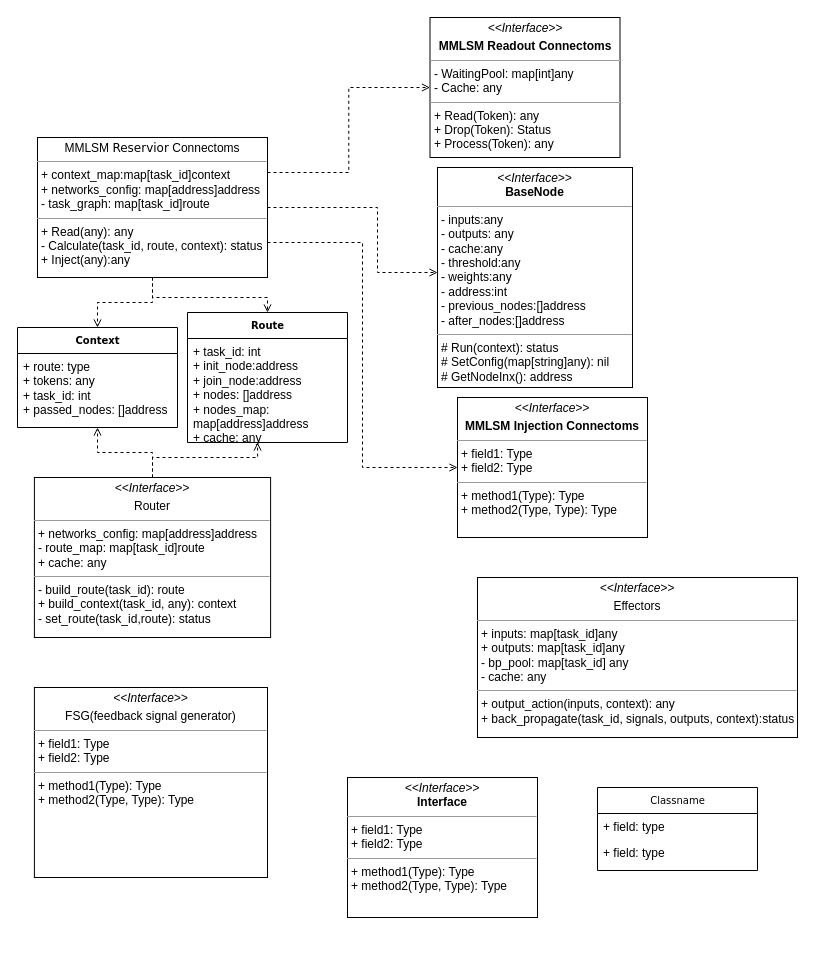
The draw.io diagram node_class.drawio in xiechuxi/Memorophila_computing, before the edit. Source tidied: cells renumbered, new cells numbered last; positions are measured from the earlier drawing's top-left corner, leaving out a move shared by most shapes. Both pictures are drawn from the tidied source at 100%, with x=0, y=0 at pixel (17, 17).
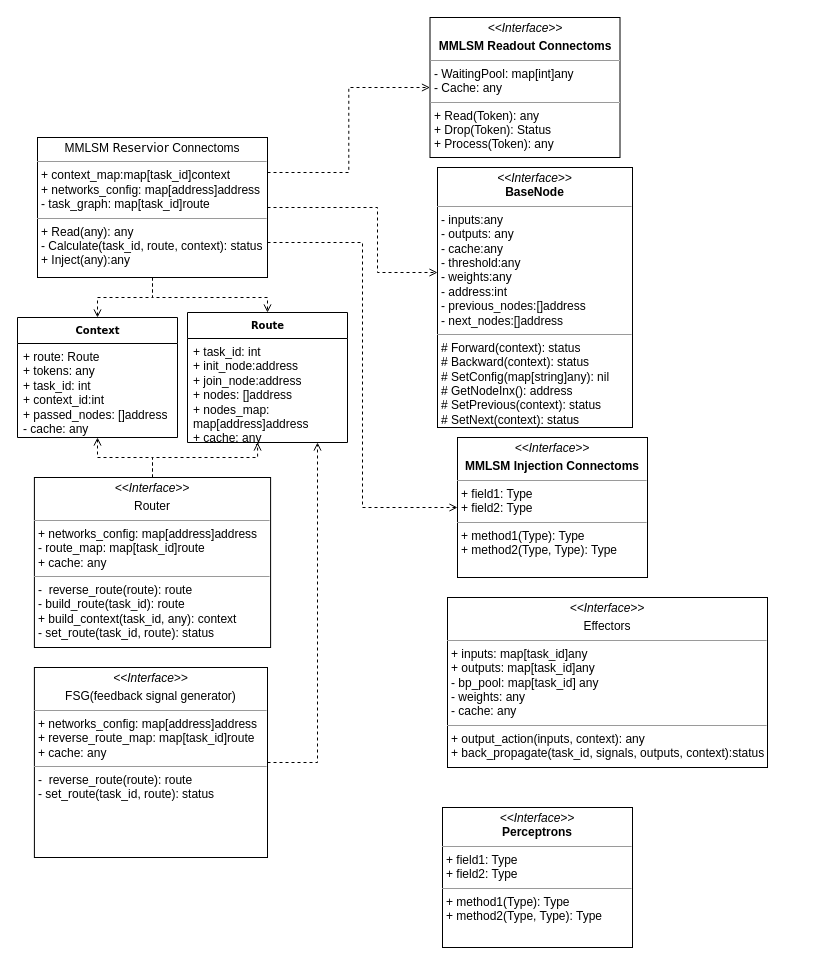
The same page after the edit.

The change refers to these unchanged cells:
```xml
<mxCell id="22" value="&lt;div&gt;+ task_id: int&lt;br&gt;&lt;/div&gt;&lt;div&gt;+ init_node:address&lt;/div&gt;&lt;div&gt;+ join_node:address&lt;/div&gt;+ nodes: []address&lt;div&gt;+ nodes_map: map[address]address&lt;/div&gt;&lt;div&gt;+ cache: any&lt;/div&gt;" style="text;html=1;strokeColor=none;fillColor=none;align=left;verticalAlign=top;spacingLeft=4;spacingRight=4;whiteSpace=wrap;overflow=hidden;points=[[0,0.5],[1,0.5]];portConstraint=eastwest;" parent="21" vertex="1">
  <mxGeometry y="26" width="160" height="104" as="geometry" />
</mxCell>
```

Diff of the diagram source:
```diff
@@
-    <mxCell id="2" value="Classname" style="swimlane;html=1;fontStyle=0;horizontal=1;startSize=26;fillColor=none;swimlaneFillColor=#ffffff;rounded=0;shadow=0;comic=0;labelBackgroundColor=none;strokeWidth=1;fontFamily=Verdana;fontSize=10;align=center;" parent="1" vertex="1">
-      <mxGeometry x="580" y="770" width="160" height="83" as="geometry" />
-    </mxCell>
-    <mxCell id="3" value="+ field: type" style="text;html=1;strokeColor=none;fillColor=none;align=left;verticalAlign=top;spacingLeft=4;spacingRight=4;whiteSpace=wrap;overflow=hidden;" parent="2" vertex="1">
-      <mxGeometry y="26" width="160" height="26" as="geometry" />
-    </mxCell>
-    <mxCell id="4" value="+ field: type" style="text;html=1;strokeColor=none;fillColor=none;align=left;verticalAlign=top;spacingLeft=4;spacingRight=4;whiteSpace=wrap;overflow=hidden;" parent="2" vertex="1">
-      <mxGeometry y="52" width="160" height="26" as="geometry" />
-    </mxCell>
-    <mxCell id="5" value="&lt;p style=&quot;margin:0px;margin-top:4px;text-align:center;&quot;&gt;&lt;i&gt;&amp;lt;&amp;lt;Interface&amp;gt;&amp;gt;&lt;/i&gt;&lt;br/&gt;&lt;b&gt;Interface&lt;/b&gt;&lt;/p&gt;&lt;hr size=&quot;1&quot;/&gt;&lt;p style=&quot;margin:0px;margin-left:4px;&quot;&gt;+ field1: Type&lt;br/&gt;+ field2: Type&lt;/p&gt;&lt;hr size=&quot;1&quot;/&gt;&lt;p style=&quot;margin:0px;margin-left:4px;&quot;&gt;+ method1(Type): Type&lt;br/&gt;+ method2(Type, Type): Type&lt;/p&gt;" style="verticalAlign=top;align=left;overflow=fill;fontSize=12;fontFamily=Helvetica;html=1;rounded=0;shadow=0;comic=0;labelBackgroundColor=none;strokeWidth=1;" parent="1" vertex="1">
-      <mxGeometry x="330" y="760" width="190" height="140" as="geometry" />
+    <mxCell id="5" value="&lt;p style=&quot;margin:0px;margin-top:4px;text-align:center;&quot;&gt;&lt;i&gt;&amp;lt;&amp;lt;Interface&amp;gt;&amp;gt;&lt;/i&gt;&lt;br&gt;&lt;b&gt;Perceptrons&lt;/b&gt;&lt;/p&gt;&lt;hr size=&quot;1&quot;&gt;&lt;p style=&quot;margin:0px;margin-left:4px;&quot;&gt;+ field1: Type&lt;br&gt;+ field2: Type&lt;/p&gt;&lt;hr size=&quot;1&quot;&gt;&lt;p style=&quot;margin:0px;margin-left:4px;&quot;&gt;+ method1(Type): Type&lt;br&gt;+ method2(Type, Type): Type&lt;/p&gt;" style="verticalAlign=top;align=left;overflow=fill;fontSize=12;fontFamily=Helvetica;html=1;rounded=0;shadow=0;comic=0;labelBackgroundColor=none;strokeWidth=1;" parent="1" vertex="1">
+      <mxGeometry x="425" y="790" width="190" height="140" as="geometry" />
     </mxCell>
-    <mxCell id="6" value="&lt;p style=&quot;margin:0px;margin-top:4px;text-align:center;&quot;&gt;&lt;i&gt;&amp;lt;&amp;lt;Interface&amp;gt;&amp;gt;&lt;/i&gt;&lt;br&gt;&lt;b&gt;BaseNode&lt;/b&gt;&lt;/p&gt;&lt;hr size=&quot;1&quot;&gt;&lt;p style=&quot;margin:0px;margin-left:4px;&quot;&gt;- inputs:any&lt;br&gt;- outputs: any&lt;/p&gt;&lt;p style=&quot;margin:0px;margin-left:4px;&quot;&gt;- cache:any&lt;/p&gt;&lt;p style=&quot;margin:0px;margin-left:4px;&quot;&gt;- threshold:any&lt;/p&gt;&lt;p style=&quot;margin:0px;margin-left:4px;&quot;&gt;- weights:any&lt;/p&gt;&lt;p style=&quot;margin:0px;margin-left:4px;&quot;&gt;- address:int&lt;/p&gt;&lt;p style=&quot;margin:0px;margin-left:4px;&quot;&gt;- previous_nodes:[]address&lt;/p&gt;&lt;p style=&quot;margin:0px;margin-left:4px;&quot;&gt;- after_nodes:[]address&lt;/p&gt;&lt;hr size=&quot;1&quot;&gt;&lt;p style=&quot;margin:0px;margin-left:4px;&quot;&gt;# Run(context): status&lt;br&gt;# SetConfig(map[string]any): nil&lt;/p&gt;&lt;p style=&quot;margin:0px;margin-left:4px;&quot;&gt;# GetNodeInx(): address&lt;/p&gt;&lt;p style=&quot;margin:0px;margin-left:4px;&quot;&gt;&lt;br&gt;&lt;/p&gt;" style="verticalAlign=top;align=left;overflow=fill;fontSize=12;fontFamily=Helvetica;html=1;rounded=0;shadow=0;comic=0;labelBackgroundColor=none;strokeWidth=1;" parent="1" vertex="1">
-      <mxGeometry x="420" y="150" width="195" height="220" as="geometry" />
+    <mxCell id="6" value="&lt;p style=&quot;margin:0px;margin-top:4px;text-align:center;&quot;&gt;&lt;i&gt;&amp;lt;&amp;lt;Interface&amp;gt;&amp;gt;&lt;/i&gt;&lt;br&gt;&lt;b&gt;BaseNode&lt;/b&gt;&lt;/p&gt;&lt;hr size=&quot;1&quot;&gt;&lt;p style=&quot;margin:0px;margin-left:4px;&quot;&gt;- inputs:any&lt;br&gt;- outputs: any&lt;/p&gt;&lt;p style=&quot;margin:0px;margin-left:4px;&quot;&gt;- cache:any&lt;/p&gt;&lt;p style=&quot;margin:0px;margin-left:4px;&quot;&gt;- threshold:any&lt;/p&gt;&lt;p style=&quot;margin:0px;margin-left:4px;&quot;&gt;- weights:any&lt;/p&gt;&lt;p style=&quot;margin:0px;margin-left:4px;&quot;&gt;- address:int&lt;/p&gt;&lt;p style=&quot;margin:0px;margin-left:4px;&quot;&gt;- previous_nodes:[]address&lt;/p&gt;&lt;p style=&quot;margin:0px;margin-left:4px;&quot;&gt;- next_nodes:[]address&lt;/p&gt;&lt;hr size=&quot;1&quot;&gt;&lt;p style=&quot;margin:0px;margin-left:4px;&quot;&gt;# Forward(context): status&lt;/p&gt;&lt;p style=&quot;margin:0px;margin-left:4px;&quot;&gt;# Backward(context): status&lt;br&gt;# SetConfig(map[string]any): nil&lt;/p&gt;&lt;p style=&quot;margin:0px;margin-left:4px;&quot;&gt;# GetNodeInx(): address&lt;/p&gt;&lt;p style=&quot;margin:0px;margin-left:4px;&quot;&gt;# SetPrevious(context): status&lt;br&gt;&lt;/p&gt;&lt;p style=&quot;margin:0px;margin-left:4px;&quot;&gt;# SetNext(context): status&lt;br&gt;&lt;/p&gt;&lt;p style=&quot;margin:0px;margin-left:4px;&quot;&gt;&lt;br&gt;&lt;/p&gt;" style="verticalAlign=top;align=left;overflow=fill;fontSize=12;fontFamily=Helvetica;html=1;rounded=0;shadow=0;comic=0;labelBackgroundColor=none;strokeWidth=1;" parent="1" vertex="1">
+      <mxGeometry x="420" y="150" width="195" height="260" as="geometry" />
     </mxCell>
@@
-    <mxCell id="8" value="&lt;p style=&quot;margin: 4px 0px 0px; text-align: center;&quot;&gt;&lt;i&gt;&amp;lt;&amp;lt;Interface&amp;gt;&amp;gt;&lt;/i&gt;&lt;br&gt;&lt;/p&gt;&lt;p style=&quot;margin: 4px 0px 0px; text-align: center;&quot;&gt;Effectors&lt;/p&gt;&lt;hr size=&quot;1&quot;&gt;&lt;p style=&quot;margin:0px;margin-left:4px;&quot;&gt;+ inputs: map[task_id]any&lt;br&gt;&lt;/p&gt;&lt;p style=&quot;margin:0px;margin-left:4px;&quot;&gt;+ outputs: map[task_id]any&lt;/p&gt;&lt;p style=&quot;margin:0px;margin-left:4px;&quot;&gt;- bp_pool: map[task_id] any&lt;/p&gt;&lt;p style=&quot;margin:0px;margin-left:4px;&quot;&gt;- cache: any&lt;br&gt;&lt;/p&gt;&lt;hr size=&quot;1&quot;&gt;&lt;p style=&quot;margin:0px;margin-left:4px;&quot;&gt;+ output_action(inputs, context): any&lt;br&gt;+ back_propagate(task_id, signals, outputs, context):status&lt;/p&gt;" style="verticalAlign=top;align=left;overflow=fill;fontSize=12;fontFamily=Helvetica;html=1;rounded=0;shadow=0;comic=0;labelBackgroundColor=none;strokeWidth=1;" parent="1" vertex="1">
-      <mxGeometry x="460" y="560" width="320" height="160" as="geometry" />
+    <mxCell id="8" value="&lt;p style=&quot;margin: 4px 0px 0px; text-align: center;&quot;&gt;&lt;i&gt;&amp;lt;&amp;lt;Interface&amp;gt;&amp;gt;&lt;/i&gt;&lt;br&gt;&lt;/p&gt;&lt;p style=&quot;margin: 4px 0px 0px; text-align: center;&quot;&gt;Effectors&lt;/p&gt;&lt;hr size=&quot;1&quot;&gt;&lt;p style=&quot;margin:0px;margin-left:4px;&quot;&gt;+ inputs: map[task_id]any&lt;br&gt;&lt;/p&gt;&lt;p style=&quot;margin:0px;margin-left:4px;&quot;&gt;+ outputs: map[task_id]any&lt;/p&gt;&lt;p style=&quot;margin:0px;margin-left:4px;&quot;&gt;- bp_pool: map[task_id] any&lt;/p&gt;&lt;p style=&quot;margin:0px;margin-left:4px;&quot;&gt;- weights: any&lt;/p&gt;&lt;p style=&quot;margin:0px;margin-left:4px;&quot;&gt;- cache: any&lt;br&gt;&lt;/p&gt;&lt;hr size=&quot;1&quot;&gt;&lt;p style=&quot;margin:0px;margin-left:4px;&quot;&gt;+ output_action(inputs, context): any&lt;br&gt;+ back_propagate(task_id, signals, outputs, context):status&lt;/p&gt;" style="verticalAlign=top;align=left;overflow=fill;fontSize=12;fontFamily=Helvetica;html=1;rounded=0;shadow=0;comic=0;labelBackgroundColor=none;strokeWidth=1;" parent="1" vertex="1">
+      <mxGeometry x="430" y="580" width="320" height="170" as="geometry" />
     </mxCell>
@@
-    <mxCell id="10" value="&lt;p style=&quot;margin: 4px 0px 0px; text-align: center;&quot;&gt;&lt;i&gt;&amp;lt;&amp;lt;Interface&amp;gt;&amp;gt;&lt;/i&gt;&lt;br&gt;&lt;/p&gt;&lt;p style=&quot;margin: 4px 0px 0px; text-align: center;&quot;&gt;Router&lt;/p&gt;&lt;hr size=&quot;1&quot;&gt;&lt;p style=&quot;margin:0px;margin-left:4px;&quot;&gt;+&amp;nbsp;networks_config: map[address]address&lt;/p&gt;&lt;p style=&quot;margin:0px;margin-left:4px;&quot;&gt;- route_map: map[task_id]route&lt;br&gt;+ cache: any&lt;/p&gt;&lt;hr size=&quot;1&quot;&gt;&lt;p style=&quot;margin:0px;margin-left:4px;&quot;&gt;- build_route(task_id): route&lt;br&gt;+ build_context(task_id, any): context&lt;/p&gt;&lt;p style=&quot;margin:0px;margin-left:4px;&quot;&gt;- set_route(task_id,route): status&lt;/p&gt;" style="verticalAlign=top;align=left;overflow=fill;fontSize=12;fontFamily=Helvetica;html=1;rounded=0;shadow=0;comic=0;labelBackgroundColor=none;strokeWidth=1;" parent="1" vertex="1">
-      <mxGeometry x="16.9" y="460" width="236.2" height="160" as="geometry" />
+    <mxCell id="10" value="&lt;p style=&quot;margin: 4px 0px 0px; text-align: center;&quot;&gt;&lt;i&gt;&amp;lt;&amp;lt;Interface&amp;gt;&amp;gt;&lt;/i&gt;&lt;br&gt;&lt;/p&gt;&lt;p style=&quot;margin: 4px 0px 0px; text-align: center;&quot;&gt;Router&lt;/p&gt;&lt;hr size=&quot;1&quot;&gt;&lt;p style=&quot;margin:0px;margin-left:4px;&quot;&gt;+&amp;nbsp;networks_config: map[address]address&lt;/p&gt;&lt;p style=&quot;margin:0px;margin-left:4px;&quot;&gt;- route_map: map[task_id]route&lt;br&gt;+ cache: any&lt;/p&gt;&lt;hr size=&quot;1&quot;&gt;&lt;p style=&quot;margin:0px;margin-left:4px;&quot;&gt;- &amp;nbsp;reverse_route(route): route&lt;br&gt;&lt;/p&gt;&lt;p style=&quot;margin:0px;margin-left:4px;&quot;&gt;- build_route(task_id): route&lt;br&gt;+ build_context(task_id, any): context&lt;/p&gt;&lt;p style=&quot;margin:0px;margin-left:4px;&quot;&gt;- set_route(task_id, route): status&lt;/p&gt;" style="verticalAlign=top;align=left;overflow=fill;fontSize=12;fontFamily=Helvetica;html=1;rounded=0;shadow=0;comic=0;labelBackgroundColor=none;strokeWidth=1;" parent="1" vertex="1">
+      <mxGeometry x="16.9" y="460" width="236.2" height="170" as="geometry" />
     </mxCell>
+    <mxCell id="24" style="edgeStyle=orthogonalEdgeStyle;rounded=0;jettySize=auto;html=1;dashed=1;endArrow=open;endFill=0;" parent="1" edge="1" source="11" target="22">
+      <mxGeometry relative="1" as="geometry">
+        <Array as="points">
+          <mxPoint x="300" y="745" />
+        </Array>
+      </mxGeometry>
+    </mxCell>
-    <mxCell id="11" value="&lt;p style=&quot;margin: 4px 0px 0px; text-align: center;&quot;&gt;&lt;i&gt;&amp;lt;&amp;lt;Interface&amp;gt;&amp;gt;&lt;/i&gt;&lt;br&gt;&lt;/p&gt;&lt;p style=&quot;margin: 4px 0px 0px; text-align: center;&quot;&gt;FSG(feedback signal generator)&lt;/p&gt;&lt;hr size=&quot;1&quot;&gt;&lt;p style=&quot;margin:0px;margin-left:4px;&quot;&gt;+ field1: Type&lt;br&gt;+ field2: Type&lt;/p&gt;&lt;hr size=&quot;1&quot;&gt;&lt;p style=&quot;margin:0px;margin-left:4px;&quot;&gt;+ method1(Type): Type&lt;br&gt;+ method2(Type, Type): Type&lt;/p&gt;" style="verticalAlign=top;align=left;overflow=fill;fontSize=12;fontFamily=Helvetica;html=1;rounded=0;shadow=0;comic=0;labelBackgroundColor=none;strokeWidth=1;" parent="1" vertex="1">
-      <mxGeometry x="16.9" y="670" width="233.1" height="190" as="geometry" />
+    <mxCell id="11" value="&lt;p style=&quot;margin: 4px 0px 0px; text-align: center;&quot;&gt;&lt;i&gt;&amp;lt;&amp;lt;Interface&amp;gt;&amp;gt;&lt;/i&gt;&lt;br&gt;&lt;/p&gt;&lt;p style=&quot;margin: 4px 0px 0px; text-align: center;&quot;&gt;FSG(feedback signal generator)&lt;/p&gt;&lt;hr size=&quot;1&quot;&gt;&lt;p style=&quot;margin:0px;margin-left:4px;&quot;&gt;+&amp;nbsp;networks_config:&amp;nbsp;map[address]address&lt;br&gt;+ reverse_route_map: map[task_id]route&lt;/p&gt;&lt;p style=&quot;margin:0px;margin-left:4px;&quot;&gt;+ cache: any&lt;/p&gt;&lt;hr size=&quot;1&quot;&gt;&lt;p style=&quot;margin:0px;margin-left:4px;&quot;&gt;- &amp;nbsp;reverse_route(route): route&lt;br&gt;&lt;/p&gt;&lt;p style=&quot;margin:0px;margin-left:4px;&quot;&gt;- set_route(task_id, route): status&lt;/p&gt;" style="verticalAlign=top;align=left;overflow=fill;fontSize=12;fontFamily=Helvetica;html=1;rounded=0;shadow=0;comic=0;labelBackgroundColor=none;strokeWidth=1;" parent="1" vertex="1">
+      <mxGeometry x="16.9" y="650" width="233.1" height="190" as="geometry" />
     </mxCell>
     <mxCell id="12" value="&lt;p style=&quot;margin:0px;margin-top:4px;text-align:center;&quot;&gt;&lt;i&gt;&amp;lt;&amp;lt;Interface&amp;gt;&amp;gt;&lt;/i&gt;&lt;br&gt;&lt;/p&gt;&lt;p style=&quot;margin:0px;margin-top:4px;text-align:center;&quot;&gt;&lt;b&gt;MMLSM Injection Connectoms&lt;/b&gt;&lt;/p&gt;&lt;hr size=&quot;1&quot;&gt;&lt;p style=&quot;margin:0px;margin-left:4px;&quot;&gt;+ field1: Type&lt;br&gt;+ field2: Type&lt;/p&gt;&lt;hr size=&quot;1&quot;&gt;&lt;p style=&quot;margin:0px;margin-left:4px;&quot;&gt;+ method1(Type): Type&lt;br&gt;+ method2(Type, Type): Type&lt;/p&gt;" style="verticalAlign=top;align=left;overflow=fill;fontSize=12;fontFamily=Helvetica;html=1;rounded=0;shadow=0;comic=0;labelBackgroundColor=none;strokeWidth=1;" parent="1" vertex="1">
-      <mxGeometry x="440" y="380" width="190" height="140" as="geometry" />
+      <mxGeometry x="440" y="420" width="190" height="140" as="geometry" />
     </mxCell>
@@
     <mxCell id="19" value="&lt;b&gt;Context&lt;/b&gt;" style="swimlane;html=1;fontStyle=0;horizontal=1;startSize=26;fillColor=none;swimlaneFillColor=#ffffff;rounded=0;shadow=0;comic=0;labelBackgroundColor=none;strokeWidth=1;fontFamily=Verdana;fontSize=10;align=center;" parent="1" vertex="1">
-      <mxGeometry y="310" width="160" height="100" as="geometry" />
+      <mxGeometry y="300" width="160" height="120" as="geometry" />
     </mxCell>
-    <mxCell id="20" value="&lt;div&gt;+ route: type&lt;br&gt;&lt;/div&gt;+ tokens: any&lt;div&gt;+ task_id: int&lt;/div&gt;&lt;div&gt;+ passed_nodes: []address&lt;/div&gt;" style="text;html=1;strokeColor=none;fillColor=none;align=left;verticalAlign=top;spacingLeft=4;spacingRight=4;whiteSpace=wrap;overflow=hidden;" parent="19" vertex="1">
-      <mxGeometry y="26" width="160" height="64" as="geometry" />
+    <mxCell id="20" value="&lt;div&gt;+ route: Route&lt;br&gt;&lt;/div&gt;+ tokens: any&lt;div&gt;+ task_id: int&lt;/div&gt;&lt;div&gt;+ context_id:int&lt;/div&gt;&lt;div&gt;+ passed_nodes: []address&lt;/div&gt;&lt;div&gt;- cache: any&lt;/div&gt;" style="text;html=1;strokeColor=none;fillColor=none;align=left;verticalAlign=top;spacingLeft=4;spacingRight=4;whiteSpace=wrap;overflow=hidden;" parent="19" vertex="1">
+      <mxGeometry y="26" width="160" height="94" as="geometry" />
     </mxCell>
```
